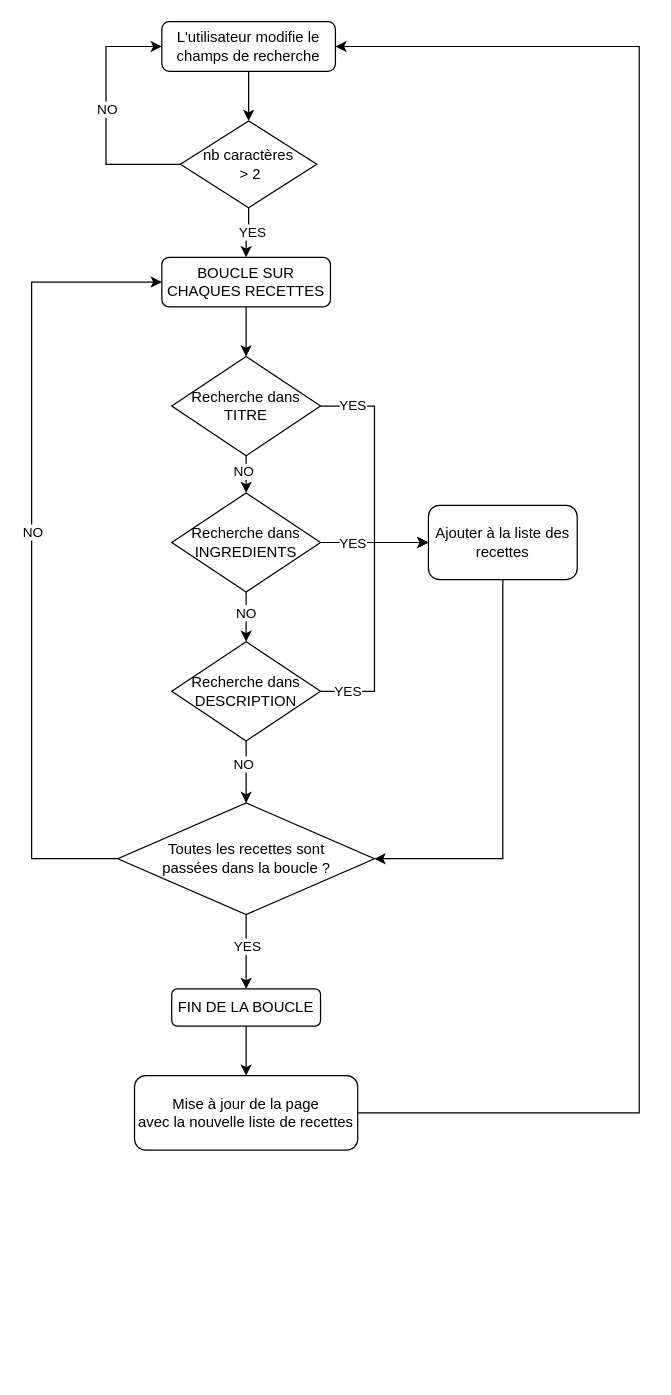
This is divers/Diagramme sans nom.drawio from ThomasVogeleisen/les_petits_plats, a draw.io file, before an edit. Source tidied: cells renumbered, new cells numbered last; positions are measured from the earlier drawing's top-left corner, leaving out a move shared by most shapes. Both pictures are drawn from the tidied source at 124%, with x=0, y=0 at pixel (31, 21).
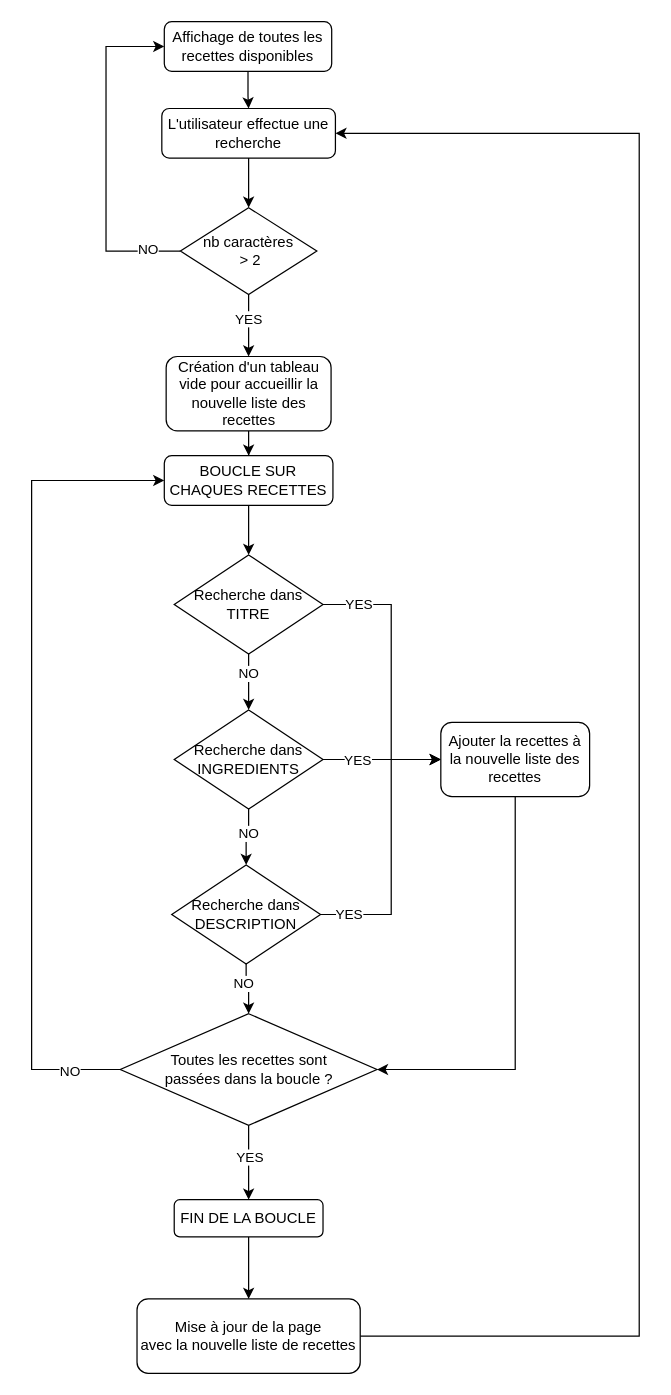
The same diagram, later.

The change refers to these unchanged cells:
```xml
<mxCell id="12" style="edgeStyle=orthogonalEdgeStyle;rounded=0;jettySize=auto;html=1;entryX=0.5;entryY=0;entryDx=0;entryDy=0;" parent="1" edge="1" source="16" target="21">
  <mxGeometry relative="1" as="geometry" />
</mxCell>
```

Change to the diagram source:
```diff
@@
-    <mxCell id="3" value="L'utilisateur modifie le champs de recherche" style="rounded=1;whiteSpace=wrap;html=1;" parent="1" vertex="1">
-      <mxGeometry x="105" width="140" height="40" as="geometry" />
+    <mxCell id="3" value="L'utilisateur effectue une recherche" style="rounded=1;whiteSpace=wrap;html=1;" parent="1" vertex="1">
+      <mxGeometry x="105" y="70" width="140" height="40" as="geometry" />
     </mxCell>
-    <mxCell id="4" style="edgeStyle=orthogonalEdgeStyle;rounded=0;jettySize=auto;html=1;entryX=0;entryY=0.5;entryDx=0;entryDy=0;" parent="1" edge="1" source="8" target="3">
-      <mxGeometry relative="1" as="geometry">
-        <Array as="points">
-          <mxPoint x="60" y="115" />
-          <mxPoint x="60" y="20" />
-        </Array>
-      </mxGeometry>
-    </mxCell>
+    <mxCell id="38" style="edgeStyle=orthogonalEdgeStyle;rounded=0;jettySize=auto;html=1;entryX=0.5;entryY=0;entryDx=0;entryDy=0;" parent="1" edge="1" source="8" target="41">
+      <mxGeometry relative="1" as="geometry" />
+    </mxCell>
+    <mxCell id="7" value="YES" style="edgeLabel;html=1;align=center;verticalAlign=middle;" parent="38" vertex="1">
+      <mxGeometry x="-0.24" y="-1" relative="1" as="geometry" />
+    </mxCell>
+    <mxCell id="39" style="edgeStyle=orthogonalEdgeStyle;rounded=0;jettySize=auto;html=1;entryX=0;entryY=0.5;entryDx=0;entryDy=0;" parent="1" edge="1" source="8" target="43">
+      <mxGeometry relative="1" as="geometry">
+        <Array as="points">
+          <mxPoint x="60" y="185" />
+          <mxPoint x="60" y="20" />
+        </Array>
+      </mxGeometry>
+    </mxCell>
-    <mxCell id="5" value="NO" style="edgeLabel;html=1;align=center;verticalAlign=middle;" parent="4" vertex="1">
-      <mxGeometry x="0.05" relative="1" as="geometry" />
+    <mxCell id="5" value="NO" style="edgeLabel;html=1;align=center;verticalAlign=middle;" parent="39" vertex="1">
+      <mxGeometry x="-0.8" y="-2" relative="1" as="geometry" />
     </mxCell>
-    <mxCell id="6" style="edgeStyle=orthogonalEdgeStyle;rounded=0;jettySize=auto;html=1;entryX=0.5;entryY=0;entryDx=0;entryDy=0;" parent="1" edge="1" source="8" target="11">
-      <mxGeometry relative="1" as="geometry" />
-    </mxCell>
-    <mxCell id="7" value="YES" style="edgeLabel;html=1;align=center;verticalAlign=middle;" parent="6" vertex="1">
-      <mxGeometry x="-0.09" y="2" relative="1" as="geometry" />
-    </mxCell>
     <mxCell id="8" value="nb caractères&lt;br&gt;&amp;nbsp;&amp;gt; 2" style="rhombus;whiteSpace=wrap;html=1;" parent="1" vertex="1">
-      <mxGeometry x="120" y="80" width="110" height="70" as="geometry" />
+      <mxGeometry x="120" y="150" width="110" height="70" as="geometry" />
     </mxCell>
@@
     <mxCell id="11" value="BOUCLE SUR CHAQUES RECETTES" style="rounded=1;whiteSpace=wrap;html=1;" parent="1" vertex="1">
-      <mxGeometry x="105" y="190" width="136" height="40" as="geometry" />
+      <mxGeometry x="107" y="350" width="136" height="40" as="geometry" />
     </mxCell>
@@
     <mxCell id="13" value="NO" style="edgeLabel;html=1;align=center;verticalAlign=middle;" parent="12" vertex="1">
-      <mxGeometry x="0.28" y="-3" relative="1" as="geometry" />
+      <mxGeometry x="0.28" y="-3" relative="1" as="geometry">
+        <mxPoint x="2" y="-14" as="offset" />
+      </mxGeometry>
     </mxCell>
     <mxCell id="14" style="edgeStyle=orthogonalEdgeStyle;rounded=0;jettySize=auto;html=1;entryX=0;entryY=0.5;entryDx=0;entryDy=0;" parent="1" edge="1" source="16" target="28">
-      <mxGeometry relative="1" as="geometry" />
+      <mxGeometry relative="1" as="geometry">
+        <Array as="points">
+          <mxPoint x="290" y="470" />
+          <mxPoint x="290" y="595" />
+        </Array>
+      </mxGeometry>
     </mxCell>
@@
     <mxCell id="16" value="Recherche dans TITRE" style="rhombus;whiteSpace=wrap;html=1;" parent="1" vertex="1">
-      <mxGeometry x="113" y="270" width="120" height="80" as="geometry" />
+      <mxGeometry x="115" y="430" width="120" height="80" as="geometry" />
     </mxCell>
@@
     <mxCell id="21" value="Recherche dans INGREDIENTS" style="rhombus;whiteSpace=wrap;html=1;" parent="1" vertex="1">
-      <mxGeometry x="113" y="380" width="120" height="80" as="geometry" />
+      <mxGeometry x="115" y="555" width="120" height="80" as="geometry" />
     </mxCell>
     <mxCell id="22" style="edgeStyle=orthogonalEdgeStyle;rounded=0;jettySize=auto;html=1;entryX=0;entryY=0.5;entryDx=0;entryDy=0;" parent="1" edge="1" source="26" target="28">
-      <mxGeometry relative="1" as="geometry" />
+      <mxGeometry relative="1" as="geometry">
+        <Array as="points">
+          <mxPoint x="290" y="720" />
+          <mxPoint x="290" y="595" />
+        </Array>
+      </mxGeometry>
     </mxCell>
@@
     <mxCell id="26" value="Recherche dans DESCRIPTION" style="rhombus;whiteSpace=wrap;html=1;" parent="1" vertex="1">
-      <mxGeometry x="113" y="500" width="120" height="80" as="geometry" />
+      <mxGeometry x="113" y="680" width="120" height="80" as="geometry" />
     </mxCell>
     <mxCell id="27" style="edgeStyle=orthogonalEdgeStyle;rounded=0;jettySize=auto;html=1;entryX=1;entryY=0.5;entryDx=0;entryDy=0;" parent="1" edge="1" source="28" target="33">
       <mxGeometry relative="1" as="geometry">
         <Array as="points">
-          <mxPoint x="380" y="675" />
+          <mxPoint x="390" y="845" />
         </Array>
       </mxGeometry>
     </mxCell>
-    <mxCell id="28" value="Ajouter à la liste des recettes" style="rounded=1;whiteSpace=wrap;html=1;" parent="1" vertex="1">
-      <mxGeometry x="320" y="390" width="120" height="60" as="geometry" />
+    <mxCell id="28" value="Ajouter la recettes à la nouvelle liste des recettes" style="rounded=1;whiteSpace=wrap;html=1;" parent="1" vertex="1">
+      <mxGeometry x="330" y="565" width="120" height="60" as="geometry" />
     </mxCell>
     <mxCell id="29" style="edgeStyle=orthogonalEdgeStyle;rounded=0;jettySize=auto;html=1;entryX=0;entryY=0.5;entryDx=0;entryDy=0;" parent="1" edge="1" source="33" target="11">
       <mxGeometry relative="1" as="geometry">
         <Array as="points">
-          <mxPoint y="675" />
-          <mxPoint y="210" />
+          <mxPoint y="845" />
+          <mxPoint y="370" />
         </Array>
       </mxGeometry>
     </mxCell>
     <mxCell id="30" value="NO" style="edgeLabel;html=1;align=center;verticalAlign=middle;" parent="29" vertex="1">
-      <mxGeometry x="0.04" relative="1" as="geometry" />
+      <mxGeometry x="0.04" relative="1" as="geometry">
+        <mxPoint x="30" y="270" as="offset" />
+      </mxGeometry>
     </mxCell>
@@
     <mxCell id="33" value="Toutes les recettes sont&lt;br&gt;passées dans la boucle ?" style="rhombus;whiteSpace=wrap;html=1;" parent="1" vertex="1">
-      <mxGeometry x="69.5" y="630" width="207" height="90" as="geometry" />
+      <mxGeometry x="71.5" y="800" width="207" height="90" as="geometry" />
     </mxCell>
@@
     <mxCell id="35" value="FIN DE LA BOUCLE" style="rounded=1;whiteSpace=wrap;html=1;" parent="1" vertex="1">
-      <mxGeometry x="113" y="780" width="120" height="30" as="geometry" />
+      <mxGeometry x="115" y="950" width="120" height="30" as="geometry" />
     </mxCell>
     <mxCell id="36" style="edgeStyle=orthogonalEdgeStyle;rounded=0;jettySize=auto;html=1;entryX=1;entryY=0.5;entryDx=0;entryDy=0;" parent="1" edge="1" source="37" target="3">
       <mxGeometry relative="1" as="geometry">
         <Array as="points">
-          <mxPoint x="490" y="880" />
-          <mxPoint x="490" y="20" />
+          <mxPoint x="490" y="1060" />
+          <mxPoint x="490" y="90" />
         </Array>
       </mxGeometry>
     </mxCell>
     <mxCell id="37" value="Mise à jour de la page&lt;br&gt;avec la nouvelle liste de recettes" style="rounded=1;whiteSpace=wrap;html=1;" parent="1" vertex="1">
-      <mxGeometry x="83" y="850" width="180" height="60" as="geometry" />
+      <mxGeometry x="85" y="1030" width="180" height="60" as="geometry" />
     </mxCell>
+    <mxCell id="40" style="edgeStyle=orthogonalEdgeStyle;rounded=0;jettySize=auto;html=1;entryX=0.5;entryY=0;entryDx=0;entryDy=0;" parent="1" edge="1" source="41" target="11">
+      <mxGeometry relative="1" as="geometry" />
+    </mxCell>
+    <mxCell id="41" value="Création d'un tableau vide pour accueillir la nouvelle liste des recettes" style="rounded=1;whiteSpace=wrap;html=1;" parent="1" vertex="1">
+      <mxGeometry x="108.5" y="270" width="133" height="60" as="geometry" />
+    </mxCell>
+    <mxCell id="42" style="edgeStyle=orthogonalEdgeStyle;rounded=0;jettySize=auto;html=1;" parent="1" edge="1" source="43" target="3">
+      <mxGeometry relative="1" as="geometry" />
+    </mxCell>
+    <mxCell id="43" value="Affichage de toutes les recettes disponibles" style="rounded=1;whiteSpace=wrap;html=1;" parent="1" vertex="1">
+      <mxGeometry x="107" width="135" height="40" as="geometry" />
+    </mxCell>
```
